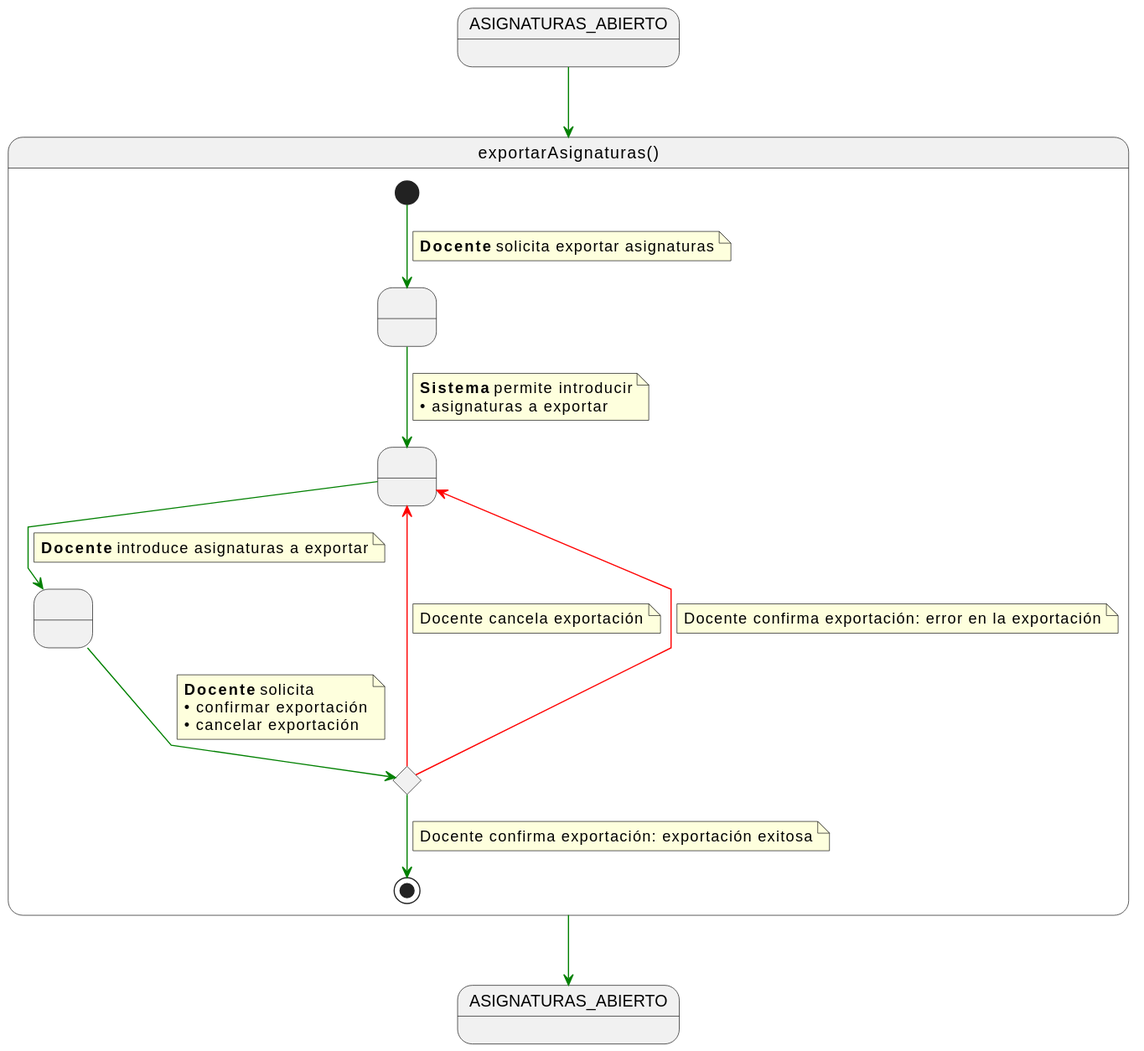
martinlopez7/25-26-IdSw1-SdR keeps this PlantUML diagram as documents/casos-de-uso/detalladoCasosDeUso/exportarAsignaturas/exportarAsignaturas.svg. Above is the earlier version.
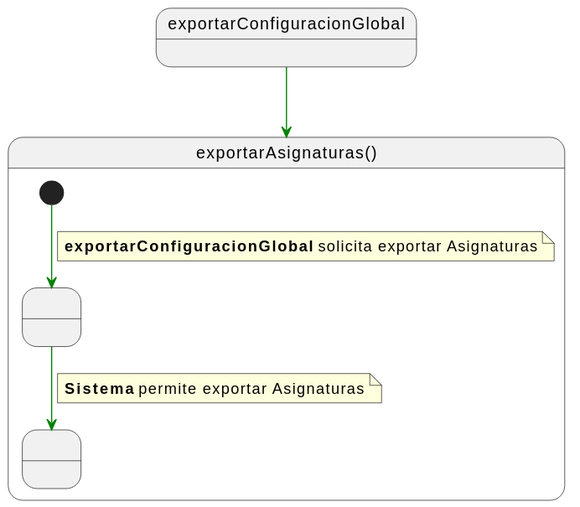
After the commit.

The edit, as a diff of the source:
```diff
@@ -1,54 +1,24 @@
 @startuml
 skinparam linetype polyline
 
-state ASIGNATURAS_ABIERTO2 as "ASIGNATURAS_ABIERTO"
+state exportarConfiguracionGlobal as "exportarConfiguracionGlobal"
 
 state exportarAsignaturas as "exportarAsignaturas()" {
 
     state " " as RequiringExport
     state " " as ProvidingAsignaturas
-    state " " as ProvidingConfirmation
-    state c <<choice>>
 
     [*] -[#green]-> RequiringExport
     note on link
-    <b>Docente</b> solicita exportar asignaturas
+    <b>exportarConfiguracionGlobal</b> solicita exportar Asignaturas
     end note
 
     RequiringExport -[#green]-> ProvidingAsignaturas
     note on link
-    <b>Sistema</b> permite introducir
-    • asignaturas a exportar
+    <b>Sistema</b> permite exportar Asignaturas
     end note
 
-    ProvidingAsignaturas -[#green]-> ProvidingConfirmation
-    note on link
-    <b>Docente</b> introduce asignaturas a exportar
-    end note
-
-    ProvidingConfirmation -[#green]-> c
-    note on link
-    <b>Docente</b> solicita
-    • confirmar exportación
-    • cancelar exportación
-    end note
-
-    c -[#red]-> ProvidingAsignaturas
-    note on link
-    Docente cancela exportación
-    end note
-
-    c -[#red]-> ProvidingAsignaturas
-    note on link
-    Docente confirma exportación: error en la exportación
-    end note
-
-    c -[#green]-> [*]
-    note on link
-    Docente confirma exportación: exportación exitosa
-    end note
 }
 
-ASIGNATURAS_ABIERTO -[#green]-> exportarAsignaturas
-exportarAsignaturas -[#green]-> ASIGNATURAS_ABIERTO2
+exportarConfiguracionGlobal -[#green]-> exportarAsignaturas
 @enduml
```
